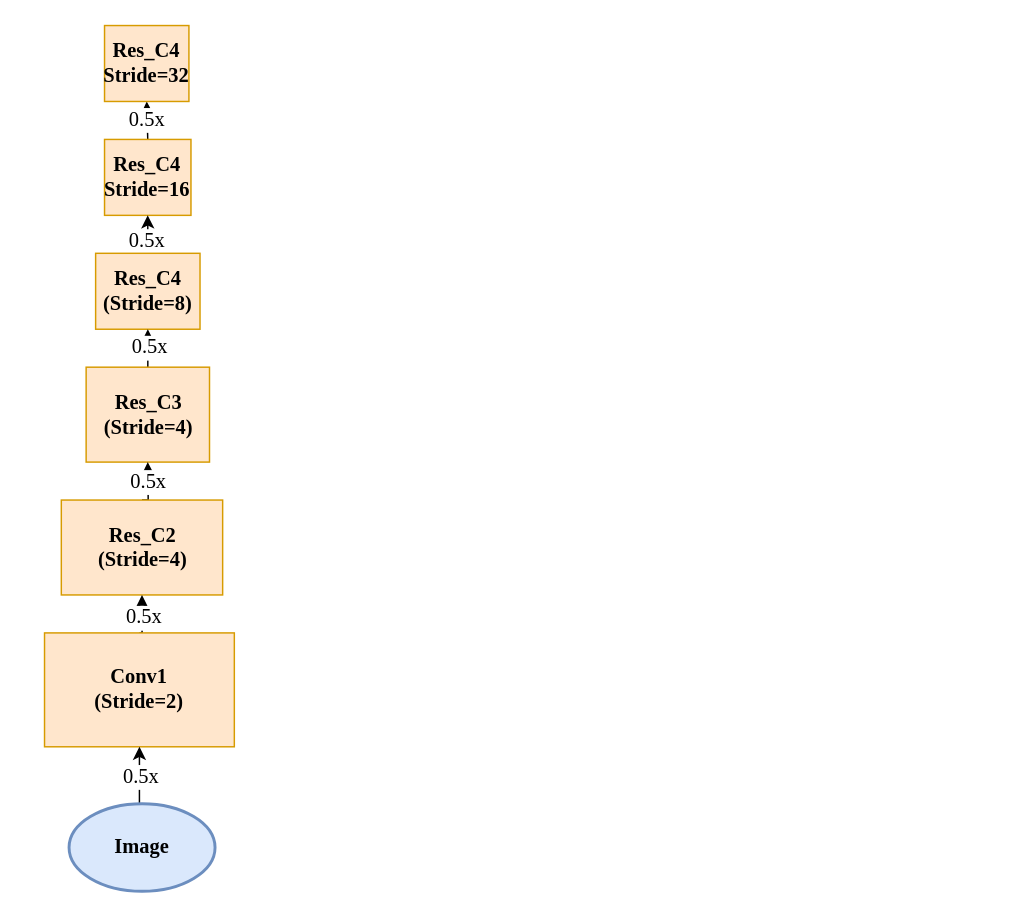
Above: FPN.drawio in paleblackless/diagrams (draw.io), before the change. Source tidied: cells renumbered, new cells numbered last; positions are measured from the earlier drawing's top-left corner, leaving out a move shared by most shapes. Both pictures are drawn from the tidied source at 146%, with x=0, y=0 at pixel (44, 25).
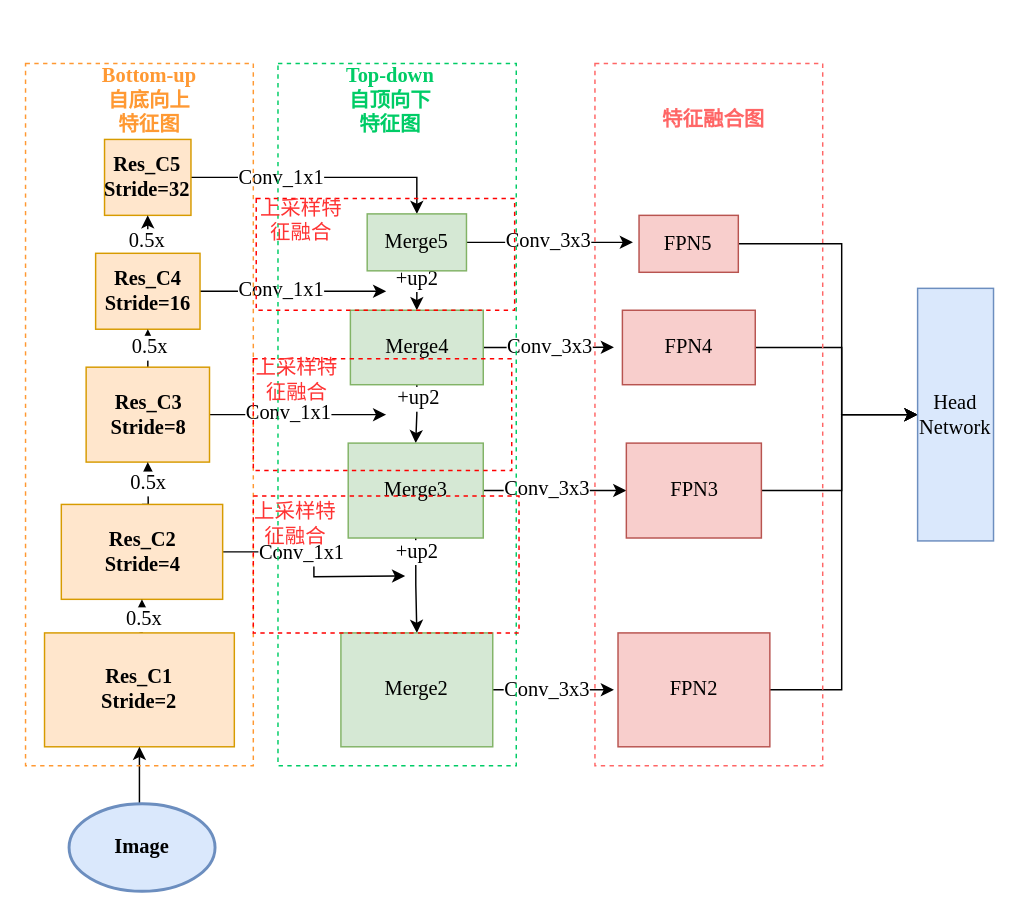
The same page after the edit.

The change refers to these unchanged cells:
```xml
<mxCell id="17" style="edgeStyle=orthogonalEdgeStyle;rounded=0;jettySize=auto;html=1;exitX=0.5;exitY=0;exitDx=0;exitDy=0;exitPerimeter=0;entryX=0.5;entryY=1;entryDx=0;entryDy=0;fontStyle=1;fontFamily=Times New Roman;fontSize=14;" parent="1" edge="1" source="19" target="16">
  <mxGeometry relative="1" as="geometry" />
</mxCell>
```

The edit, as a diff of the source:
```diff
@@
-    <mxCell id="2" style="edgeStyle=orthogonalEdgeStyle;rounded=0;jettySize=auto;html=1;exitX=0.5;exitY=0;exitDx=0;exitDy=0;entryX=0.5;entryY=1;entryDx=0;entryDy=0;fontFamily=Times New Roman;fontSize=14;" parent="1" edge="1" source="4" target="20">
-      <mxGeometry relative="1" as="geometry" />
-    </mxCell>
-    <mxCell id="3" value="0.5x" style="edgeLabel;html=1;align=center;verticalAlign=middle;fontSize=14;fontFamily=Times New Roman;" parent="2" vertex="1">
-      <mxGeometry x="0.09" y="1" relative="1" as="geometry" />
-    </mxCell>
+    <mxCell id="21" style="edgeStyle=orthogonalEdgeStyle;rounded=0;jettySize=auto;html=1;exitX=1;exitY=0.5;exitDx=0;exitDy=0;fontFamily=Times New Roman;fontSize=14;entryX=0.5;entryY=0;entryDx=0;entryDy=0;" parent="1" edge="1" source="4" target="33">
+      <mxGeometry relative="1" as="geometry" />
+    </mxCell>
+    <mxCell id="22" value="Conv_1x1" style="edgeLabel;html=1;align=center;verticalAlign=middle;fontSize=14;fontFamily=Times New Roman;" parent="21" vertex="1">
+      <mxGeometry x="-0.32" relative="1" as="geometry" />
+    </mxCell>
-    <mxCell id="4" value="&lt;span style=&quot;font-size: 14px;&quot;&gt;Res_C4&lt;/span&gt;&lt;br style=&quot;font-size: 14px;&quot;&gt;&lt;span style=&quot;font-size: 14px;&quot;&gt;Stride=16&lt;/span&gt;" style="rounded=0;whiteSpace=wrap;html=1;fillColor=#ffe6cc;strokeColor=#d79b00;fontStyle=1;fontFamily=Times New Roman;fontSize=14;" parent="1" vertex="1">
+    <mxCell id="4" value="&lt;span style=&quot;font-size: 14px;&quot;&gt;Res_C5&lt;/span&gt;&lt;br style=&quot;font-size: 14px;&quot;&gt;&lt;span style=&quot;font-size: 14px;&quot;&gt;Stride=32&lt;/span&gt;" style="rounded=0;whiteSpace=wrap;html=1;fillColor=#ffe6cc;strokeColor=#d79b00;fontStyle=1;fontFamily=Times New Roman;fontSize=14;" parent="1" vertex="1">
       <mxGeometry x="41.1" y="78" width="59.2" height="52" as="geometry" />
     </mxCell>
@@
+    <mxCell id="23" style="edgeStyle=orthogonalEdgeStyle;rounded=0;jettySize=auto;html=1;exitX=1;exitY=0.5;exitDx=0;exitDy=0;fontFamily=Times New Roman;fontSize=14;" parent="1" edge="1" source="7">
+      <mxGeometry relative="1" as="geometry">
+        <mxPoint x="234" y="182" as="targetPoint" />
+      </mxGeometry>
+    </mxCell>
+    <mxCell id="24" value="Conv_1x1" style="edgeLabel;html=1;align=center;verticalAlign=middle;fontSize=14;fontFamily=Times New Roman;" parent="23" vertex="1">
+      <mxGeometry x="-0.14" y="1" relative="1" as="geometry" />
+    </mxCell>
-    <mxCell id="7" value="&lt;span style=&quot;font-size: 14px;&quot;&gt;Res_C4&lt;/span&gt;&lt;br style=&quot;font-size: 14px;&quot;&gt;&lt;span style=&quot;font-size: 14px;&quot;&gt;(Stride=8)&lt;/span&gt;" style="rounded=0;whiteSpace=wrap;html=1;fillColor=#ffe6cc;strokeColor=#d79b00;fontStyle=1;fontFamily=Times New Roman;fontSize=14;" parent="1" vertex="1">
+    <mxCell id="7" value="&lt;span style=&quot;font-size: 14px;&quot;&gt;Res_C4&lt;/span&gt;&lt;br style=&quot;font-size: 14px;&quot;&gt;&lt;span style=&quot;font-size: 14px;&quot;&gt;Stride=16&lt;/span&gt;" style="rounded=0;whiteSpace=wrap;html=1;fillColor=#ffe6cc;strokeColor=#d79b00;fontStyle=1;fontFamily=Times New Roman;fontSize=14;" parent="1" vertex="1">
       <mxGeometry x="35" y="156" width="71.5" height="52" as="geometry" />
     </mxCell>
@@
+    <mxCell id="25" style="edgeStyle=orthogonalEdgeStyle;rounded=0;jettySize=auto;html=1;exitX=1;exitY=0.5;exitDx=0;exitDy=0;fontFamily=Times New Roman;fontSize=14;" parent="1" edge="1" source="10">
+      <mxGeometry relative="1" as="geometry">
+        <mxPoint x="234" y="266.5" as="targetPoint" />
+      </mxGeometry>
+    </mxCell>
+    <mxCell id="26" value="Conv_1x1" style="edgeLabel;html=1;align=center;verticalAlign=middle;fontSize=14;fontFamily=Times New Roman;" parent="25" vertex="1">
+      <mxGeometry x="-0.13" y="1" relative="1" as="geometry" />
+    </mxCell>
-    <mxCell id="10" value="&lt;span style=&quot;font-size: 14px;&quot;&gt;Res_C3&lt;/span&gt;&lt;br style=&quot;font-size: 14px;&quot;&gt;&lt;span style=&quot;font-size: 14px;&quot;&gt;(Stride=4)&lt;/span&gt;" style="rounded=0;whiteSpace=wrap;html=1;fillColor=#ffe6cc;strokeColor=#d79b00;fontStyle=1;fontFamily=Times New Roman;fontSize=14;" parent="1" vertex="1">
+    <mxCell id="10" value="&lt;span style=&quot;font-size: 14px;&quot;&gt;Res_C3&lt;/span&gt;&lt;br style=&quot;font-size: 14px;&quot;&gt;&lt;span style=&quot;font-size: 14px;&quot;&gt;Stride=8&lt;/span&gt;" style="rounded=0;whiteSpace=wrap;html=1;fillColor=#ffe6cc;strokeColor=#d79b00;fontStyle=1;fontFamily=Times New Roman;fontSize=14;" parent="1" vertex="1">
       <mxGeometry x="28.5" y="234" width="84.5" height="65" as="geometry" />
     </mxCell>
@@
+    <mxCell id="27" style="edgeStyle=orthogonalEdgeStyle;rounded=0;jettySize=auto;html=1;exitX=1;exitY=0.5;exitDx=0;exitDy=0;fontFamily=Times New Roman;fontSize=14;" parent="1" edge="1" source="13">
+      <mxGeometry relative="1" as="geometry">
+        <mxPoint x="247" y="377" as="targetPoint" />
+      </mxGeometry>
+    </mxCell>
+    <mxCell id="28" value="Conv_1x1" style="edgeLabel;html=1;align=center;verticalAlign=middle;fontSize=14;fontFamily=Times New Roman;" parent="27" vertex="1">
+      <mxGeometry x="-0.26" y="-1" relative="1" as="geometry" />
+    </mxCell>
-    <mxCell id="13" value="&lt;span style=&quot;font-size: 14px;&quot;&gt;Res_C2&lt;/span&gt;&lt;br style=&quot;font-size: 14px;&quot;&gt;&lt;span style=&quot;font-size: 14px;&quot;&gt;(Stride=4)&lt;/span&gt;" style="rounded=0;whiteSpace=wrap;html=1;fillColor=#ffe6cc;strokeColor=#d79b00;fontStyle=1;fontFamily=Times New Roman;fontSize=14;" parent="1" vertex="1">
-      <mxGeometry x="11.5" y="325" width="110.5" height="65" as="geometry" />
+    <mxCell id="13" value="&lt;span style=&quot;font-size: 14px;&quot;&gt;Res_C2&lt;/span&gt;&lt;br style=&quot;font-size: 14px;&quot;&gt;&lt;span style=&quot;font-size: 14px;&quot;&gt;Stride=4&lt;/span&gt;" style="rounded=0;whiteSpace=wrap;html=1;fillColor=#ffe6cc;strokeColor=#d79b00;fontStyle=1;fontFamily=Times New Roman;fontSize=14;" parent="1" vertex="1">
+      <mxGeometry x="11.5" y="328" width="110.5" height="65" as="geometry" />
     </mxCell>
@@
-    <mxCell id="16" value="Conv1&lt;br style=&quot;font-size: 14px;&quot;&gt;(Stride=2)" style="rounded=0;whiteSpace=wrap;html=1;fillColor=#ffe6cc;strokeColor=#d79b00;fontStyle=1;fontFamily=Times New Roman;fontSize=14;" parent="1" vertex="1">
+    <mxCell id="16" value="Res_C1&lt;br style=&quot;font-size: 14px;&quot;&gt;Stride=2" style="rounded=0;whiteSpace=wrap;html=1;fillColor=#ffe6cc;strokeColor=#d79b00;fontStyle=1;fontFamily=Times New Roman;fontSize=14;" parent="1" vertex="1">
       <mxGeometry y="416" width="130" height="78" as="geometry" />
     </mxCell>
@@
-    <mxCell id="18" value="0.5x" style="edgeLabel;html=1;align=center;verticalAlign=middle;fontSize=14;fontFamily=Times New Roman;" parent="17" vertex="1">
-      <mxGeometry x="-0.04" relative="1" as="geometry" />
-    </mxCell>
@@
-    <mxCell id="20" value="&lt;span style=&quot;font-size: 14px;&quot;&gt;Res_C4&lt;/span&gt;&lt;br style=&quot;font-size: 14px;&quot;&gt;&lt;span style=&quot;font-size: 14px;&quot;&gt;Stride=32&lt;/span&gt;" style="rounded=0;whiteSpace=wrap;html=1;fillColor=#ffe6cc;strokeColor=#d79b00;fontStyle=1;fontFamily=Times New Roman;fontSize=14;" parent="1" vertex="1">
-      <mxGeometry x="41.1" width="57.8" height="52" as="geometry" />
-    </mxCell>
+    <mxCell id="29" style="edgeStyle=orthogonalEdgeStyle;rounded=0;jettySize=auto;html=1;exitX=0.5;exitY=1;exitDx=0;exitDy=0;entryX=0.5;entryY=0;entryDx=0;entryDy=0;fontFamily=Times New Roman;fontSize=14;" parent="1" edge="1" source="33" target="38">
+      <mxGeometry relative="1" as="geometry" />
+    </mxCell>
+    <mxCell id="30" value="+up2" style="edgeLabel;html=1;align=center;verticalAlign=middle;fontSize=14;fontFamily=Times New Roman;" parent="29" vertex="1">
+      <mxGeometry x="-0.31" y="-1" relative="1" as="geometry">
+        <mxPoint y="-4" as="offset" />
+      </mxGeometry>
+    </mxCell>
+    <mxCell id="31" style="edgeStyle=orthogonalEdgeStyle;rounded=0;jettySize=auto;html=1;exitX=1;exitY=0.5;exitDx=0;exitDy=0;fontFamily=Times New Roman;fontSize=14;" parent="1" edge="1" source="33">
+      <mxGeometry relative="1" as="geometry">
+        <mxPoint x="403" y="148.5" as="targetPoint" />
+      </mxGeometry>
+    </mxCell>
+    <mxCell id="32" value="&lt;span style=&quot;color: rgb(0, 0, 0);&quot;&gt;Conv_3x3&lt;/span&gt;" style="edgeLabel;html=1;align=center;verticalAlign=middle;fontSize=14;fontFamily=Times New Roman;fontColor=#00CC66;" parent="31" vertex="1">
+      <mxGeometry x="0.16" y="1" relative="1" as="geometry">
+        <mxPoint x="-10" as="offset" />
+      </mxGeometry>
+    </mxCell>
+    <mxCell id="33" value="Merge5" style="rounded=0;whiteSpace=wrap;html=1;fontFamily=Times New Roman;fontSize=14;fillColor=#d5e8d4;strokeColor=#82b366;" parent="1" vertex="1">
+      <mxGeometry x="221" y="129" width="68" height="39" as="geometry" />
+    </mxCell>
+    <mxCell id="34" style="edgeStyle=orthogonalEdgeStyle;rounded=0;jettySize=auto;html=1;exitX=0.5;exitY=1;exitDx=0;exitDy=0;entryX=0.5;entryY=0;entryDx=0;entryDy=0;fontFamily=Times New Roman;fontSize=14;" parent="1" edge="1" source="38" target="43">
+      <mxGeometry relative="1" as="geometry" />
+    </mxCell>
+    <mxCell id="35" value="+up2" style="edgeLabel;html=1;align=center;verticalAlign=middle;fontSize=14;fontFamily=Times New Roman;" parent="34" vertex="1">
+      <mxGeometry x="-0.1" relative="1" as="geometry">
+        <mxPoint y="-9" as="offset" />
+      </mxGeometry>
+    </mxCell>
+    <mxCell id="36" style="edgeStyle=orthogonalEdgeStyle;rounded=0;jettySize=auto;html=1;exitX=1;exitY=0.5;exitDx=0;exitDy=0;fontFamily=Times New Roman;fontSize=14;" parent="1" edge="1" source="38">
+      <mxGeometry relative="1" as="geometry">
+        <mxPoint x="390" y="220.4" as="targetPoint" />
+      </mxGeometry>
+    </mxCell>
+    <mxCell id="37" value="&lt;span style=&quot;color: rgb(0, 0, 0);&quot;&gt;Conv_3x3&lt;/span&gt;" style="edgeLabel;html=1;align=center;verticalAlign=middle;fontSize=14;fontFamily=Times New Roman;fontColor=#00CC66;" parent="36" vertex="1">
+      <mxGeometry x="0.26" relative="1" as="geometry">
+        <mxPoint x="-12" as="offset" />
+      </mxGeometry>
+    </mxCell>
+    <mxCell id="38" value="&lt;span style=&quot;&quot;&gt;Merge4&lt;/span&gt;" style="rounded=0;whiteSpace=wrap;html=1;fontFamily=Times New Roman;fontSize=14;fillColor=#d5e8d4;strokeColor=#82b366;" parent="1" vertex="1">
+      <mxGeometry x="209.5" y="195" width="91" height="51" as="geometry" />
+    </mxCell>
+    <mxCell id="39" style="edgeStyle=orthogonalEdgeStyle;rounded=0;jettySize=auto;html=1;exitX=0.5;exitY=1;exitDx=0;exitDy=0;entryX=0.5;entryY=0;entryDx=0;entryDy=0;fontFamily=Times New Roman;fontSize=14;" parent="1" edge="1" source="43" target="46">
+      <mxGeometry relative="1" as="geometry" />
+    </mxCell>
+    <mxCell id="40" value="+up2" style="edgeLabel;html=1;align=center;verticalAlign=middle;fontSize=14;fontFamily=Times New Roman;" parent="39" vertex="1">
+      <mxGeometry x="-0.35" relative="1" as="geometry">
+        <mxPoint y="-11" as="offset" />
+      </mxGeometry>
+    </mxCell>
+    <mxCell id="41" style="edgeStyle=orthogonalEdgeStyle;rounded=0;jettySize=auto;html=1;exitX=1;exitY=0.5;exitDx=0;exitDy=0;entryX=0;entryY=0.5;entryDx=0;entryDy=0;fontFamily=Times New Roman;fontSize=14;" parent="1" edge="1" source="43" target="52">
+      <mxGeometry relative="1" as="geometry" />
+    </mxCell>
+    <mxCell id="42" value="&lt;span style=&quot;color: rgb(0, 0, 0);&quot;&gt;Conv_3x3&lt;/span&gt;" style="edgeLabel;html=1;align=center;verticalAlign=middle;fontSize=14;fontFamily=Times New Roman;fontColor=#00CC66;" parent="41" vertex="1">
+      <mxGeometry x="-0.13" y="1" relative="1" as="geometry" />
+    </mxCell>
+    <mxCell id="43" value="&lt;span style=&quot;&quot;&gt;Merge3&lt;/span&gt;" style="rounded=0;whiteSpace=wrap;html=1;fontFamily=Times New Roman;fontSize=14;fillColor=#d5e8d4;strokeColor=#82b366;" parent="1" vertex="1">
+      <mxGeometry x="208" y="286" width="92.5" height="65" as="geometry" />
+    </mxCell>
+    <mxCell id="44" style="edgeStyle=orthogonalEdgeStyle;rounded=0;jettySize=auto;html=1;exitX=1;exitY=0.5;exitDx=0;exitDy=0;fontFamily=Times New Roman;fontSize=14;" parent="1" edge="1" source="46">
+      <mxGeometry relative="1" as="geometry">
+        <mxPoint x="390" y="455" as="targetPoint" />
+      </mxGeometry>
+    </mxCell>
+    <mxCell id="45" value="&lt;span style=&quot;color: rgb(0, 0, 0);&quot;&gt;Conv_3x3&lt;/span&gt;" style="edgeLabel;html=1;align=center;verticalAlign=middle;fontSize=14;fontFamily=Times New Roman;fontColor=#00CC66;" parent="44" vertex="1">
+      <mxGeometry x="-0.14" relative="1" as="geometry" />
+    </mxCell>
+    <mxCell id="46" value="&lt;span style=&quot;&quot;&gt;Merge2&lt;/span&gt;" style="rounded=0;whiteSpace=wrap;html=1;fontFamily=Times New Roman;fontSize=14;fillColor=#d5e8d4;strokeColor=#82b366;" parent="1" vertex="1">
+      <mxGeometry x="203" y="416" width="104" height="78" as="geometry" />
+    </mxCell>
+    <mxCell id="47" style="edgeStyle=orthogonalEdgeStyle;rounded=0;jettySize=auto;html=1;exitX=1;exitY=0.5;exitDx=0;exitDy=0;entryX=0;entryY=0.5;entryDx=0;entryDy=0;fontFamily=Times New Roman;fontSize=14;" parent="1" edge="1" source="48" target="55">
+      <mxGeometry relative="1" as="geometry">
+        <Array as="points">
+          <mxPoint x="546" y="150" />
+          <mxPoint x="546" y="267" />
+        </Array>
+      </mxGeometry>
+    </mxCell>
+    <mxCell id="48" value="FPN5" style="rounded=0;whiteSpace=wrap;html=1;fontFamily=Times New Roman;fontSize=14;fillColor=#f8cecc;strokeColor=#b85450;" parent="1" vertex="1">
+      <mxGeometry x="407.2" y="130" width="68" height="39" as="geometry" />
+    </mxCell>
+    <mxCell id="49" style="edgeStyle=orthogonalEdgeStyle;rounded=0;jettySize=auto;html=1;exitX=1;exitY=0.5;exitDx=0;exitDy=0;entryX=0;entryY=0.5;entryDx=0;entryDy=0;fontFamily=Times New Roman;fontSize=14;" parent="1" edge="1" source="50" target="55">
+      <mxGeometry relative="1" as="geometry">
+        <Array as="points">
+          <mxPoint x="546" y="221" />
+          <mxPoint x="546" y="267" />
+        </Array>
+      </mxGeometry>
+    </mxCell>
+    <mxCell id="50" value="FPN4" style="rounded=0;whiteSpace=wrap;html=1;fontFamily=Times New Roman;fontSize=14;fillColor=#f8cecc;strokeColor=#b85450;" parent="1" vertex="1">
+      <mxGeometry x="395.8" y="195" width="91" height="51" as="geometry" />
+    </mxCell>
+    <mxCell id="51" style="edgeStyle=orthogonalEdgeStyle;rounded=0;jettySize=auto;html=1;exitX=1;exitY=0.5;exitDx=0;exitDy=0;entryX=0;entryY=0.5;entryDx=0;entryDy=0;fontFamily=Times New Roman;fontSize=14;" parent="1" edge="1" source="52" target="55">
+      <mxGeometry relative="1" as="geometry">
+        <Array as="points">
+          <mxPoint x="546" y="319" />
+          <mxPoint x="546" y="267" />
+        </Array>
+      </mxGeometry>
+    </mxCell>
+    <mxCell id="52" value="FPN3" style="rounded=0;whiteSpace=wrap;html=1;fontFamily=Times New Roman;fontSize=14;fillColor=#f8cecc;strokeColor=#b85450;" parent="1" vertex="1">
+      <mxGeometry x="398.5" y="286" width="92.5" height="65" as="geometry" />
+    </mxCell>
+    <mxCell id="53" style="edgeStyle=orthogonalEdgeStyle;rounded=0;jettySize=auto;html=1;exitX=1;exitY=0.5;exitDx=0;exitDy=0;entryX=0;entryY=0.5;entryDx=0;entryDy=0;fontFamily=Times New Roman;fontSize=14;" parent="1" edge="1" source="54" target="55">
+      <mxGeometry relative="1" as="geometry">
+        <Array as="points">
+          <mxPoint x="546" y="455" />
+          <mxPoint x="546" y="266" />
+        </Array>
+      </mxGeometry>
+    </mxCell>
+    <mxCell id="54" value="FPN2" style="rounded=0;whiteSpace=wrap;html=1;fontFamily=Times New Roman;fontSize=14;fillColor=#f8cecc;strokeColor=#b85450;" parent="1" vertex="1">
+      <mxGeometry x="392.8" y="416" width="104" height="78" as="geometry" />
+    </mxCell>
+    <mxCell id="55" value="Head Network" style="rounded=0;whiteSpace=wrap;html=1;fontFamily=Times New Roman;fontSize=14;fillColor=#dae8fc;strokeColor=#6c8ebf;" parent="1" vertex="1">
+      <mxGeometry x="598" y="180" width="52" height="173" as="geometry" />
+    </mxCell>
+    <mxCell id="56" style="rounded=0;whiteSpace=wrap;html=1;fontFamily=Times New Roman;fontSize=14;dashed=1;fillColor=none;strokeColor=#FF9933;" parent="1" vertex="1">
+      <mxGeometry x="-13" y="26" width="156" height="481" as="geometry" />
+    </mxCell>
+    <mxCell id="57" value="&lt;b&gt;&lt;font color=&quot;#ff9933&quot;&gt;Bottom-up 自底向上特征图&lt;/font&gt;&lt;/b&gt;" style="text;html=1;strokeColor=none;fillColor=none;align=center;verticalAlign=middle;whiteSpace=wrap;rounded=0;dashed=1;fontFamily=Times New Roman;fontSize=14;" parent="1" vertex="1">
+      <mxGeometry x="36.5" y="26" width="70" height="52" as="geometry" />
+    </mxCell>
+    <mxCell id="58" style="rounded=0;whiteSpace=wrap;html=1;fontFamily=Times New Roman;fontSize=14;dashed=1;fillColor=none;strokeColor=#00CC66;" parent="1" vertex="1">
+      <mxGeometry x="159.9" y="26" width="163.2" height="481" as="geometry" />
+    </mxCell>
+    <mxCell id="59" value="&lt;b style=&quot;&quot;&gt;&lt;font color=&quot;#00cc66&quot;&gt;Top-down 自顶向下特征图&lt;/font&gt;&lt;/b&gt;" style="text;html=1;strokeColor=none;fillColor=none;align=center;verticalAlign=middle;whiteSpace=wrap;rounded=0;dashed=1;fontFamily=Times New Roman;fontSize=14;" parent="1" vertex="1">
+      <mxGeometry x="202" y="26" width="70" height="52" as="geometry" />
+    </mxCell>
+    <mxCell id="60" style="rounded=0;whiteSpace=wrap;html=1;dashed=1;fontFamily=Times New Roman;fontSize=14;fontColor=#00CC66;strokeColor=#FF0000;fillColor=none;" parent="1" vertex="1">
+      <mxGeometry x="145" y="118.5" width="177" height="76.5" as="geometry" />
+    </mxCell>
+    <mxCell id="61" value="&lt;font color=&quot;#ff3333&quot;&gt;上采样特征融合&lt;/font&gt;" style="text;html=1;strokeColor=none;fillColor=none;align=center;verticalAlign=middle;whiteSpace=wrap;rounded=0;dashed=1;fontFamily=Times New Roman;fontSize=14;fontColor=#00CC66;" parent="1" vertex="1">
+      <mxGeometry x="146" y="118.5" width="60" height="30" as="geometry" />
+    </mxCell>
+    <mxCell id="62" style="rounded=0;whiteSpace=wrap;html=1;dashed=1;fontFamily=Times New Roman;fontSize=14;fontColor=#00CC66;strokeColor=#FF0000;fillColor=none;" parent="1" vertex="1">
+      <mxGeometry x="143" y="228.2" width="177" height="76.5" as="geometry" />
+    </mxCell>
+    <mxCell id="63" value="&lt;font color=&quot;#ff3333&quot;&gt;上采样特征融合&lt;/font&gt;" style="text;html=1;strokeColor=none;fillColor=none;align=center;verticalAlign=middle;whiteSpace=wrap;rounded=0;dashed=1;fontFamily=Times New Roman;fontSize=14;fontColor=#00CC66;" parent="1" vertex="1">
+      <mxGeometry x="143" y="228.2" width="60" height="30" as="geometry" />
+    </mxCell>
+    <mxCell id="64" style="rounded=0;whiteSpace=wrap;html=1;dashed=1;fontFamily=Times New Roman;fontSize=14;fontColor=#00CC66;strokeColor=#FF0000;fillColor=none;" parent="1" vertex="1">
+      <mxGeometry x="143" y="322.2" width="182" height="93.8" as="geometry" />
+    </mxCell>
+    <mxCell id="65" value="&lt;font color=&quot;#ff3333&quot;&gt;上采样特征融合&lt;/font&gt;" style="text;html=1;strokeColor=none;fillColor=none;align=center;verticalAlign=middle;whiteSpace=wrap;rounded=0;dashed=1;fontFamily=Times New Roman;fontSize=14;fontColor=#00CC66;" parent="1" vertex="1">
+      <mxGeometry x="142" y="327.2" width="60" height="30" as="geometry" />
+    </mxCell>
+    <mxCell id="66" style="rounded=0;whiteSpace=wrap;html=1;dashed=1;fontFamily=Times New Roman;fontSize=14;fontColor=#FF9933;strokeColor=#FF6666;fillColor=none;" parent="1" vertex="1">
+      <mxGeometry x="377" y="26" width="156" height="481" as="geometry" />
+    </mxCell>
+    <mxCell id="67" value="&lt;b style=&quot;&quot;&gt;&lt;font color=&quot;#ff6666&quot;&gt;特征融合图&lt;/font&gt;&lt;/b&gt;" style="text;html=1;strokeColor=none;fillColor=none;align=center;verticalAlign=middle;whiteSpace=wrap;rounded=0;dashed=1;fontFamily=Times New Roman;fontSize=14;" parent="1" vertex="1">
+      <mxGeometry x="409.8" y="39" width="97.2" height="52" as="geometry" />
+    </mxCell>
```
